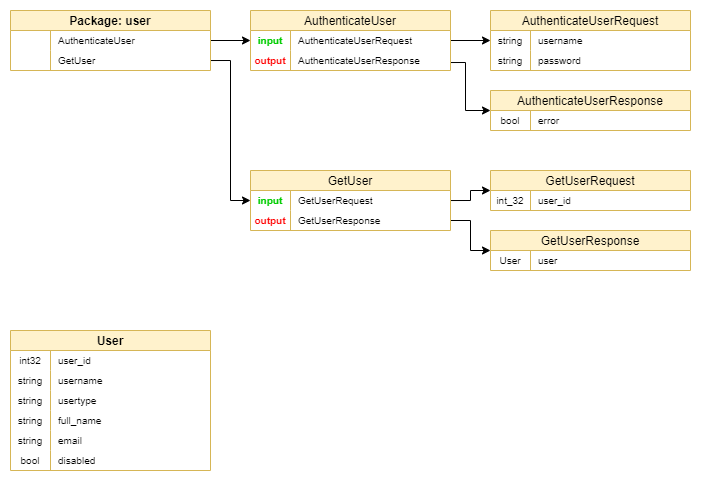
Before: docs/UserDataModel.png, a diagram exported from draw.io (LionOfGraphs/LOG-test). Source tidied: cells renumbered, new cells last; positions are measured from the earlier drawing's top-left corner, leaving out a move shared by most shapes. Source of this version:
```xml
<mxGraphModel>
  <root>
    <mxCell id="0" />
    <mxCell id="1" parent="0" />
    <mxCell id="2" style="edgeStyle=orthogonalEdgeStyle;rounded=0;orthogonalLoop=1;jettySize=auto;html=1;fontColor=#D6B656;" parent="1" edge="1">
      <mxGeometry relative="1" as="geometry">
        <mxPoint x="440" y="30" as="sourcePoint" />
        <mxPoint x="480" y="30" as="targetPoint" />
      </mxGeometry>
    </mxCell>
    <mxCell id="3" style="edgeStyle=orthogonalEdgeStyle;rounded=0;jettySize=auto;html=1;fontColor=#D6B656;" parent="1" edge="1" target="55">
      <mxGeometry relative="1" as="geometry">
        <mxPoint x="440" y="52" as="sourcePoint" />
        <Array as="points">
          <mxPoint x="455" y="52" />
          <mxPoint x="455" y="100" />
        </Array>
      </mxGeometry>
    </mxCell>
    <mxCell id="4" style="edgeStyle=orthogonalEdgeStyle;rounded=0;jettySize=auto;html=1;fontColor=#D6B656;" parent="1" edge="1" source="42" target="27">
      <mxGeometry relative="1" as="geometry" />
    </mxCell>
    <mxCell id="5" style="edgeStyle=orthogonalEdgeStyle;rounded=0;jettySize=auto;html=1;fontColor=#D6B656;" parent="1" edge="1" target="34">
      <mxGeometry relative="1" as="geometry">
        <mxPoint x="200" y="50" as="sourcePoint" />
        <Array as="points">
          <mxPoint x="220" y="50" />
          <mxPoint x="220" y="190" />
        </Array>
      </mxGeometry>
    </mxCell>
    <mxCell id="6" style="edgeStyle=orthogonalEdgeStyle;rounded=0;jettySize=auto;html=1;fontColor=#D6B656;" parent="1" edge="1" target="59">
      <mxGeometry relative="1" as="geometry">
        <mxPoint x="440" y="190" as="sourcePoint" />
      </mxGeometry>
    </mxCell>
    <mxCell id="7" style="edgeStyle=orthogonalEdgeStyle;rounded=0;jettySize=auto;html=1;fontColor=#D6B656;" parent="1" edge="1" source="38" target="63">
      <mxGeometry relative="1" as="geometry">
        <Array as="points">
          <mxPoint x="460" y="210" />
          <mxPoint x="460" y="240" />
        </Array>
      </mxGeometry>
    </mxCell>
    <mxCell id="8" value="User" style="shape=table;startSize=20;rowLines=0;fontStyle=1;align=center;strokeColor=#d6b656;strokeWidth=1;fillColor=#fff2cc;" parent="1" vertex="1">
      <mxGeometry y="320" width="200" height="140" as="geometry" />
    </mxCell>
    <mxCell id="9" style="shape=tableRow;horizontal=0;startSize=0;swimlaneHead=0;swimlaneBody=0;fillColor=none;top=0;left=0;right=0;bottom=1;fontColor=#000000;strokeColor=none;strokeWidth=1;opacity=50;" parent="8" vertex="1">
      <mxGeometry y="20" width="200" height="20" as="geometry" />
    </mxCell>
    <mxCell id="10" value="int32" style="shape=partialRectangle;fillColor=none;top=0;left=0;bottom=0;right=0;fontStyle=0;overflow=hidden;fontColor=#000000;strokeColor=#FF0000;strokeWidth=1;opacity=50;fontSize=10;" parent="9" vertex="1">
      <mxGeometry width="40" height="20" as="geometry" />
    </mxCell>
    <mxCell id="11" value="user_id" style="shape=partialRectangle;fillColor=none;top=0;left=0;bottom=0;right=0;align=left;spacingLeft=6;fontStyle=0;overflow=hidden;fontColor=#000000;strokeColor=#FF0000;strokeWidth=1;opacity=50;fontSize=10;" parent="9" vertex="1">
      <mxGeometry x="40" width="160" height="20" as="geometry" />
    </mxCell>
    <mxCell id="12" style="shape=tableRow;horizontal=0;startSize=0;swimlaneHead=0;swimlaneBody=0;fillColor=none;top=0;left=0;right=0;bottom=0;fontSize=10;fontColor=#000000;strokeColor=#FF0000;strokeWidth=1;opacity=50;" parent="8" vertex="1">
      <mxGeometry y="40" width="200" height="20" as="geometry" />
    </mxCell>
    <mxCell id="13" value="string" style="shape=partialRectangle;fillColor=none;top=0;left=0;bottom=0;right=0;fontStyle=0;overflow=hidden;fontSize=10;fontColor=#000000;strokeColor=#FF0000;strokeWidth=1;opacity=50;" parent="12" vertex="1">
      <mxGeometry width="40" height="20" as="geometry" />
    </mxCell>
    <mxCell id="14" value="username" style="shape=partialRectangle;fillColor=none;top=0;left=0;bottom=0;right=0;align=left;spacingLeft=6;fontStyle=0;overflow=hidden;fontSize=10;fontColor=#000000;strokeColor=#FF0000;strokeWidth=1;opacity=50;" parent="12" vertex="1">
      <mxGeometry x="40" width="160" height="20" as="geometry" />
    </mxCell>
    <mxCell id="15" style="shape=tableRow;horizontal=0;startSize=0;swimlaneHead=0;swimlaneBody=0;fillColor=none;top=0;left=0;right=0;bottom=0;fontSize=10;fontColor=#000000;strokeColor=#FF0000;strokeWidth=1;opacity=50;" parent="8" vertex="1">
      <mxGeometry y="60" width="200" height="20" as="geometry" />
    </mxCell>
    <mxCell id="16" value="string" style="shape=partialRectangle;fillColor=none;top=0;left=0;bottom=0;right=0;fontStyle=0;overflow=hidden;fontSize=10;fontColor=#000000;strokeColor=#FF0000;strokeWidth=1;opacity=50;" parent="15" vertex="1">
      <mxGeometry width="40" height="20" as="geometry" />
    </mxCell>
    <mxCell id="17" value="usertype" style="shape=partialRectangle;fillColor=none;top=0;left=0;bottom=0;right=0;align=left;spacingLeft=6;fontStyle=0;overflow=hidden;fontSize=10;fontColor=#000000;strokeColor=#FF0000;strokeWidth=1;opacity=50;" parent="15" vertex="1">
      <mxGeometry x="40" width="160" height="20" as="geometry" />
    </mxCell>
    <mxCell id="18" style="shape=tableRow;horizontal=0;startSize=0;swimlaneHead=0;swimlaneBody=0;fillColor=none;top=0;left=0;right=0;bottom=0;fontSize=10;fontColor=#000000;strokeColor=#FF0000;strokeWidth=1;opacity=50;" parent="8" vertex="1">
      <mxGeometry y="80" width="200" height="20" as="geometry" />
    </mxCell>
    <mxCell id="19" value="string" style="shape=partialRectangle;fillColor=none;top=0;left=0;bottom=0;right=0;fontStyle=0;overflow=hidden;fontSize=10;fontColor=#000000;strokeColor=#FF0000;strokeWidth=1;opacity=50;" parent="18" vertex="1">
      <mxGeometry width="40" height="20" as="geometry" />
    </mxCell>
    <mxCell id="20" value="full_name" style="shape=partialRectangle;fillColor=none;top=0;left=0;bottom=0;right=0;align=left;spacingLeft=6;fontStyle=0;overflow=hidden;fontSize=10;fontColor=#000000;strokeColor=#FF0000;strokeWidth=1;opacity=50;" parent="18" vertex="1">
      <mxGeometry x="40" width="160" height="20" as="geometry" />
    </mxCell>
    <mxCell id="21" style="shape=tableRow;horizontal=0;startSize=0;swimlaneHead=0;swimlaneBody=0;fillColor=none;top=0;left=0;right=0;bottom=0;fontSize=10;fontColor=#000000;strokeColor=#FF0000;strokeWidth=1;opacity=50;" parent="8" vertex="1">
      <mxGeometry y="100" width="200" height="20" as="geometry" />
    </mxCell>
    <mxCell id="22" value="string" style="shape=partialRectangle;fillColor=none;top=0;left=0;bottom=0;right=0;fontStyle=0;overflow=hidden;fontSize=10;fontColor=#000000;strokeColor=#FF0000;strokeWidth=1;opacity=50;" parent="21" vertex="1">
      <mxGeometry width="40" height="20" as="geometry" />
    </mxCell>
    <mxCell id="23" value="email" style="shape=partialRectangle;fillColor=none;top=0;left=0;bottom=0;right=0;align=left;spacingLeft=6;fontStyle=0;overflow=hidden;fontSize=10;fontColor=#000000;strokeColor=#FF0000;strokeWidth=1;opacity=50;" parent="21" vertex="1">
      <mxGeometry x="40" width="160" height="20" as="geometry" />
    </mxCell>
    <mxCell id="24" style="shape=tableRow;horizontal=0;startSize=0;swimlaneHead=0;swimlaneBody=0;fillColor=none;top=0;left=0;right=0;bottom=0;fontColor=#000000;strokeColor=#FF0000;strokeWidth=1;opacity=50;" parent="8" vertex="1">
      <mxGeometry y="120" width="200" height="20" as="geometry" />
    </mxCell>
    <mxCell id="25" value="bool" style="shape=partialRectangle;fillColor=none;top=0;left=0;bottom=0;right=0;fontStyle=0;overflow=hidden;fontColor=#000000;strokeColor=#FF0000;strokeWidth=1;opacity=50;fontSize=10;" parent="24" vertex="1">
      <mxGeometry width="40" height="20" as="geometry" />
    </mxCell>
    <mxCell id="26" value="disabled" style="shape=partialRectangle;fillColor=none;top=0;left=0;bottom=0;right=0;align=left;spacingLeft=6;fontStyle=0;overflow=hidden;fontColor=#000000;strokeColor=#FF0000;strokeWidth=1;opacity=50;fontSize=10;" parent="24" vertex="1">
      <mxGeometry x="40" width="160" height="20" as="geometry" />
    </mxCell>
    <mxCell id="27" value="AuthenticateUser" style="shape=table;startSize=20;rowLines=0;fontStyle=0;align=center;strokeColor=#d6b656;strokeWidth=1;fillColor=#fff2cc;" parent="1" vertex="1">
      <mxGeometry x="240" width="200" height="60" as="geometry" />
    </mxCell>
    <mxCell id="28" style="shape=tableRow;horizontal=0;startSize=0;swimlaneHead=0;swimlaneBody=0;fillColor=none;top=0;left=0;right=0;bottom=1;fontColor=#000000;strokeColor=none;strokeWidth=1;opacity=50;" parent="27" vertex="1">
      <mxGeometry y="20" width="200" height="20" as="geometry" />
    </mxCell>
    <mxCell id="29" value="input" style="shape=partialRectangle;fillColor=none;top=0;left=0;bottom=0;right=0;fontStyle=1;overflow=hidden;fontColor=#00CC00;strokeColor=#FF0000;strokeWidth=1;opacity=50;fontSize=10;" parent="28" vertex="1">
      <mxGeometry width="40" height="20" as="geometry" />
    </mxCell>
    <mxCell id="30" value="AuthenticateUserRequest" style="shape=partialRectangle;fillColor=none;top=0;left=0;bottom=0;right=0;align=left;spacingLeft=6;fontStyle=0;overflow=hidden;fontColor=#000000;strokeColor=#FF0000;strokeWidth=1;opacity=50;fontSize=10;" parent="28" vertex="1">
      <mxGeometry x="40" width="160" height="20" as="geometry" />
    </mxCell>
    <mxCell id="31" style="shape=tableRow;horizontal=0;startSize=0;swimlaneHead=0;swimlaneBody=0;fillColor=none;top=0;left=0;right=0;bottom=0;fontSize=10;fontColor=#000000;strokeColor=#FF0000;strokeWidth=1;opacity=50;" parent="27" vertex="1">
      <mxGeometry y="40" width="200" height="20" as="geometry" />
    </mxCell>
    <mxCell id="32" value="output" style="shape=partialRectangle;fillColor=none;top=0;left=0;bottom=0;right=0;fontStyle=1;overflow=hidden;fontSize=10;fontColor=#FF0000;strokeColor=#FF0000;strokeWidth=1;opacity=50;" parent="31" vertex="1">
      <mxGeometry width="40" height="20" as="geometry" />
    </mxCell>
    <mxCell id="33" value="AuthenticateUserResponse" style="shape=partialRectangle;fillColor=none;top=0;left=0;bottom=0;right=0;align=left;spacingLeft=6;fontStyle=0;overflow=hidden;fontSize=10;fontColor=#000000;strokeColor=#FF0000;strokeWidth=1;opacity=50;" parent="31" vertex="1">
      <mxGeometry x="40" width="160" height="20" as="geometry" />
    </mxCell>
    <mxCell id="34" value="GetUser" style="shape=table;startSize=20;rowLines=0;fontStyle=0;align=center;strokeColor=#d6b656;strokeWidth=1;fillColor=#fff2cc;" parent="1" vertex="1">
      <mxGeometry x="240" y="160" width="200" height="60" as="geometry" />
    </mxCell>
    <mxCell id="35" style="shape=tableRow;horizontal=0;startSize=0;swimlaneHead=0;swimlaneBody=0;fillColor=none;top=0;left=0;right=0;bottom=1;fontColor=#000000;strokeColor=none;strokeWidth=1;opacity=50;" parent="34" vertex="1">
      <mxGeometry y="20" width="200" height="20" as="geometry" />
    </mxCell>
    <mxCell id="36" value="input" style="shape=partialRectangle;fillColor=none;top=0;left=0;bottom=0;right=0;fontStyle=1;overflow=hidden;fontColor=#00CC00;strokeColor=#FF0000;strokeWidth=1;opacity=50;fontSize=10;" parent="35" vertex="1">
      <mxGeometry width="40" height="20" as="geometry" />
    </mxCell>
    <mxCell id="37" value="GetUserRequest" style="shape=partialRectangle;fillColor=none;top=0;left=0;bottom=0;right=0;align=left;spacingLeft=6;fontStyle=0;overflow=hidden;fontColor=#000000;strokeColor=#FF0000;strokeWidth=1;opacity=50;fontSize=10;" parent="35" vertex="1">
      <mxGeometry x="40" width="160" height="20" as="geometry" />
    </mxCell>
    <mxCell id="38" style="shape=tableRow;horizontal=0;startSize=0;swimlaneHead=0;swimlaneBody=0;fillColor=none;points=[[0,0.5],[1,0.5]];portConstraint=eastwest;top=0;left=0;right=0;bottom=0;fontSize=10;fontColor=#000000;strokeColor=#FF0000;strokeWidth=1;opacity=50;" parent="34" vertex="1">
      <mxGeometry y="40" width="200" height="20" as="geometry" />
    </mxCell>
    <mxCell id="39" value="output" style="shape=partialRectangle;fillColor=none;top=0;left=0;bottom=0;right=0;fontStyle=1;overflow=hidden;fontSize=10;fontColor=#FF0000;strokeColor=#FF0000;strokeWidth=1;opacity=50;" parent="38" vertex="1">
      <mxGeometry width="40" height="20" as="geometry" />
    </mxCell>
    <mxCell id="40" value="GetUserResponse" style="shape=partialRectangle;fillColor=none;top=0;left=0;bottom=0;right=0;align=left;spacingLeft=6;fontStyle=0;overflow=hidden;fontSize=10;fontColor=#000000;strokeColor=#FF0000;strokeWidth=1;opacity=50;" parent="38" vertex="1">
      <mxGeometry x="40" width="160" height="20" as="geometry" />
    </mxCell>
    <mxCell id="41" value="Package: user" style="shape=table;startSize=20;rowLines=0;fontStyle=1;align=center;strokeColor=#d6b656;strokeWidth=1;fillColor=#fff2cc;" parent="1" vertex="1">
      <mxGeometry width="200" height="60" as="geometry" />
    </mxCell>
    <mxCell id="42" style="shape=tableRow;horizontal=0;startSize=0;swimlaneHead=0;swimlaneBody=0;fillColor=none;points=[[0,0.5],[1,0.5]];portConstraint=eastwest;top=0;left=0;right=0;bottom=1;fontColor=#000000;strokeColor=none;strokeWidth=1;opacity=50;" parent="41" vertex="1">
      <mxGeometry y="20" width="200" height="20" as="geometry" />
    </mxCell>
    <mxCell id="43" style="shape=partialRectangle;fillColor=none;top=0;left=0;bottom=0;right=0;fontStyle=1;overflow=hidden;fontColor=#00CC00;strokeColor=#FF0000;strokeWidth=1;opacity=50;fontSize=10;" parent="42" vertex="1">
      <mxGeometry width="40" height="20" as="geometry" />
    </mxCell>
    <mxCell id="44" value="AuthenticateUser" style="shape=partialRectangle;fillColor=none;top=0;left=0;bottom=0;right=0;align=left;spacingLeft=6;fontStyle=0;overflow=hidden;fontColor=#000000;strokeColor=#FF0000;strokeWidth=1;opacity=50;fontSize=10;" parent="42" vertex="1">
      <mxGeometry x="40" width="160" height="20" as="geometry" />
    </mxCell>
    <mxCell id="45" style="shape=tableRow;horizontal=0;startSize=0;swimlaneHead=0;swimlaneBody=0;fillColor=none;top=0;left=0;right=0;bottom=0;fontSize=10;fontColor=#000000;strokeColor=#FF0000;strokeWidth=1;opacity=50;" parent="41" vertex="1">
      <mxGeometry y="40" width="200" height="20" as="geometry" />
    </mxCell>
    <mxCell id="46" style="shape=partialRectangle;fillColor=none;top=0;left=0;bottom=0;right=0;fontStyle=1;overflow=hidden;fontSize=10;fontColor=#FF0000;strokeColor=#FF0000;strokeWidth=1;opacity=50;" parent="45" vertex="1">
      <mxGeometry width="40" height="20" as="geometry" />
    </mxCell>
    <mxCell id="47" value="GetUser" style="shape=partialRectangle;fillColor=none;top=0;left=0;bottom=0;right=0;align=left;spacingLeft=6;fontStyle=0;overflow=hidden;fontSize=10;fontColor=#000000;strokeColor=#FF0000;strokeWidth=1;opacity=50;" parent="45" vertex="1">
      <mxGeometry x="40" width="160" height="20" as="geometry" />
    </mxCell>
    <mxCell id="48" value="AuthenticateUserRequest" style="shape=table;startSize=20;rowLines=0;fontStyle=0;align=center;strokeColor=#d6b656;strokeWidth=1;fillColor=#fff2cc;" parent="1" vertex="1">
      <mxGeometry x="480" width="200" height="60" as="geometry" />
    </mxCell>
    <mxCell id="49" style="shape=tableRow;horizontal=0;startSize=0;swimlaneHead=0;swimlaneBody=0;fillColor=none;top=0;left=0;right=0;bottom=1;fontColor=#000000;strokeColor=none;strokeWidth=1;opacity=50;" parent="48" vertex="1">
      <mxGeometry y="20" width="200" height="20" as="geometry" />
    </mxCell>
    <mxCell id="50" value="string" style="shape=partialRectangle;fillColor=none;top=0;left=0;bottom=0;right=0;fontStyle=0;overflow=hidden;fontColor=#000000;strokeColor=#FF0000;strokeWidth=1;opacity=50;fontSize=10;" parent="49" vertex="1">
      <mxGeometry width="40" height="20" as="geometry" />
    </mxCell>
    <mxCell id="51" value="username" style="shape=partialRectangle;fillColor=none;top=0;left=0;bottom=0;right=0;align=left;spacingLeft=6;fontStyle=0;overflow=hidden;fontColor=#000000;strokeColor=#FF0000;strokeWidth=1;opacity=50;fontSize=10;" parent="49" vertex="1">
      <mxGeometry x="40" width="160" height="20" as="geometry" />
    </mxCell>
    <mxCell id="52" style="shape=tableRow;horizontal=0;startSize=0;swimlaneHead=0;swimlaneBody=0;fillColor=none;top=0;left=0;right=0;bottom=0;fontSize=10;fontColor=#000000;strokeColor=#FF0000;strokeWidth=1;opacity=50;" parent="48" vertex="1">
      <mxGeometry y="40" width="200" height="20" as="geometry" />
    </mxCell>
    <mxCell id="53" value="string" style="shape=partialRectangle;fillColor=none;top=0;left=0;bottom=0;right=0;fontStyle=0;overflow=hidden;fontSize=10;fontColor=#000000;strokeColor=#FF0000;strokeWidth=1;opacity=50;" parent="52" vertex="1">
      <mxGeometry width="40" height="20" as="geometry" />
    </mxCell>
    <mxCell id="54" value="password" style="shape=partialRectangle;fillColor=none;top=0;left=0;bottom=0;right=0;align=left;spacingLeft=6;fontStyle=0;overflow=hidden;fontSize=10;fontColor=#000000;strokeColor=#FF0000;strokeWidth=1;opacity=50;" parent="52" vertex="1">
      <mxGeometry x="40" width="160" height="20" as="geometry" />
    </mxCell>
    <mxCell id="55" value="AuthenticateUserResponse" style="shape=table;startSize=20;rowLines=0;fontStyle=0;align=center;strokeColor=#d6b656;strokeWidth=1;fillColor=#fff2cc;" parent="1" vertex="1">
      <mxGeometry x="480" y="80" width="200" height="40" as="geometry" />
    </mxCell>
    <mxCell id="56" style="shape=tableRow;horizontal=0;startSize=0;swimlaneHead=0;swimlaneBody=0;fillColor=none;top=0;left=0;right=0;bottom=1;fontColor=#000000;strokeColor=none;strokeWidth=1;opacity=50;" parent="55" vertex="1">
      <mxGeometry y="20" width="200" height="20" as="geometry" />
    </mxCell>
    <mxCell id="57" value="bool" style="shape=partialRectangle;fillColor=none;top=0;left=0;bottom=0;right=0;fontStyle=0;overflow=hidden;fontColor=#000000;strokeColor=#FF0000;strokeWidth=1;opacity=50;fontSize=10;" parent="56" vertex="1">
      <mxGeometry width="40" height="20" as="geometry" />
    </mxCell>
    <mxCell id="58" value="error" style="shape=partialRectangle;fillColor=none;top=0;left=0;bottom=0;right=0;align=left;spacingLeft=6;fontStyle=0;overflow=hidden;fontColor=#000000;strokeColor=#FF0000;strokeWidth=1;opacity=50;fontSize=10;" parent="56" vertex="1">
      <mxGeometry x="40" width="160" height="20" as="geometry" />
    </mxCell>
    <mxCell id="59" value="GetUserRequest" style="shape=table;startSize=20;rowLines=0;fontStyle=0;align=center;strokeColor=#d6b656;strokeWidth=1;fillColor=#fff2cc;" parent="1" vertex="1">
      <mxGeometry x="480" y="160" width="200" height="40" as="geometry" />
    </mxCell>
    <mxCell id="60" style="shape=tableRow;horizontal=0;startSize=0;swimlaneHead=0;swimlaneBody=0;fillColor=none;top=0;left=0;right=0;bottom=1;fontColor=#000000;strokeColor=none;strokeWidth=1;opacity=50;" parent="59" vertex="1">
      <mxGeometry y="20" width="200" height="20" as="geometry" />
    </mxCell>
    <mxCell id="61" value="int_32" style="shape=partialRectangle;fillColor=none;top=0;left=0;bottom=0;right=0;fontStyle=0;overflow=hidden;fontColor=#000000;strokeColor=#FF0000;strokeWidth=1;opacity=50;fontSize=10;" parent="60" vertex="1">
      <mxGeometry width="40" height="20" as="geometry" />
    </mxCell>
    <mxCell id="62" value="user_id" style="shape=partialRectangle;fillColor=none;top=0;left=0;bottom=0;right=0;align=left;spacingLeft=6;fontStyle=0;overflow=hidden;fontColor=#000000;strokeColor=#FF0000;strokeWidth=1;opacity=50;fontSize=10;" parent="60" vertex="1">
      <mxGeometry x="40" width="160" height="20" as="geometry" />
    </mxCell>
    <mxCell id="63" value="GetUserResponse" style="shape=table;startSize=20;rowLines=0;fontStyle=0;align=center;strokeColor=#d6b656;strokeWidth=1;fillColor=#fff2cc;" parent="1" vertex="1">
      <mxGeometry x="480" y="220" width="200" height="40" as="geometry" />
    </mxCell>
    <mxCell id="64" style="shape=tableRow;horizontal=0;startSize=0;swimlaneHead=0;swimlaneBody=0;fillColor=none;top=0;left=0;right=0;bottom=1;fontColor=#000000;strokeColor=none;strokeWidth=1;opacity=50;" parent="63" vertex="1">
      <mxGeometry y="20" width="200" height="20" as="geometry" />
    </mxCell>
    <mxCell id="65" value="User" style="shape=partialRectangle;fillColor=none;top=0;left=0;bottom=0;right=0;fontStyle=0;overflow=hidden;fontColor=#000000;strokeColor=#FF0000;strokeWidth=1;opacity=50;fontSize=10;" parent="64" vertex="1">
      <mxGeometry width="40" height="20" as="geometry" />
    </mxCell>
    <mxCell id="66" value="user" style="shape=partialRectangle;fillColor=none;top=0;left=0;bottom=0;right=0;align=left;spacingLeft=6;fontStyle=0;overflow=hidden;fontColor=#000000;strokeColor=#FF0000;strokeWidth=1;opacity=50;fontSize=10;" parent="64" vertex="1">
      <mxGeometry x="40" width="160" height="20" as="geometry" />
    </mxCell>
  </root>
</mxGraphModel>
```
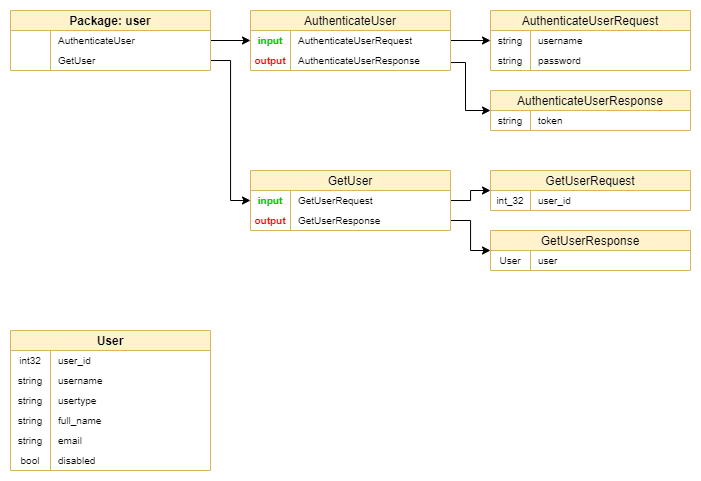
The same diagram one commit later.

Commit message:
Set token handler on authentication MS (#11)

Diff of the diagram source:
```diff
@@ -189,10 +189,10 @@
     <mxCell id="56" style="shape=tableRow;horizontal=0;startSize=0;swimlaneHead=0;swimlaneBody=0;fillColor=none;top=0;left=0;right=0;bottom=1;fontColor=#000000;strokeColor=none;strokeWidth=1;opacity=50;" parent="55" vertex="1">
       <mxGeometry y="20" width="200" height="20" as="geometry" />
     </mxCell>
-    <mxCell id="57" value="bool" style="shape=partialRectangle;fillColor=none;top=0;left=0;bottom=0;right=0;fontStyle=0;overflow=hidden;fontColor=#000000;strokeColor=#FF0000;strokeWidth=1;opacity=50;fontSize=10;" parent="56" vertex="1">
+    <mxCell id="57" value="string" style="shape=partialRectangle;fillColor=none;top=0;left=0;bottom=0;right=0;fontStyle=0;overflow=hidden;fontColor=#000000;strokeColor=#FF0000;strokeWidth=1;opacity=50;fontSize=10;" parent="56" vertex="1">
       <mxGeometry width="40" height="20" as="geometry" />
     </mxCell>
-    <mxCell id="58" value="error" style="shape=partialRectangle;fillColor=none;top=0;left=0;bottom=0;right=0;align=left;spacingLeft=6;fontStyle=0;overflow=hidden;fontColor=#000000;strokeColor=#FF0000;strokeWidth=1;opacity=50;fontSize=10;" parent="56" vertex="1">
+    <mxCell id="58" value="token" style="shape=partialRectangle;fillColor=none;top=0;left=0;bottom=0;right=0;align=left;spacingLeft=6;fontStyle=0;overflow=hidden;fontColor=#000000;strokeColor=#FF0000;strokeWidth=1;opacity=50;fontSize=10;" parent="56" vertex="1">
       <mxGeometry x="40" width="160" height="20" as="geometry" />
     </mxCell>
     <mxCell id="59" value="GetUserRequest" style="shape=table;startSize=20;rowLines=0;fontStyle=0;align=center;strokeColor=#d6b656;strokeWidth=1;fillColor=#fff2cc;" parent="1" vertex="1">
```
